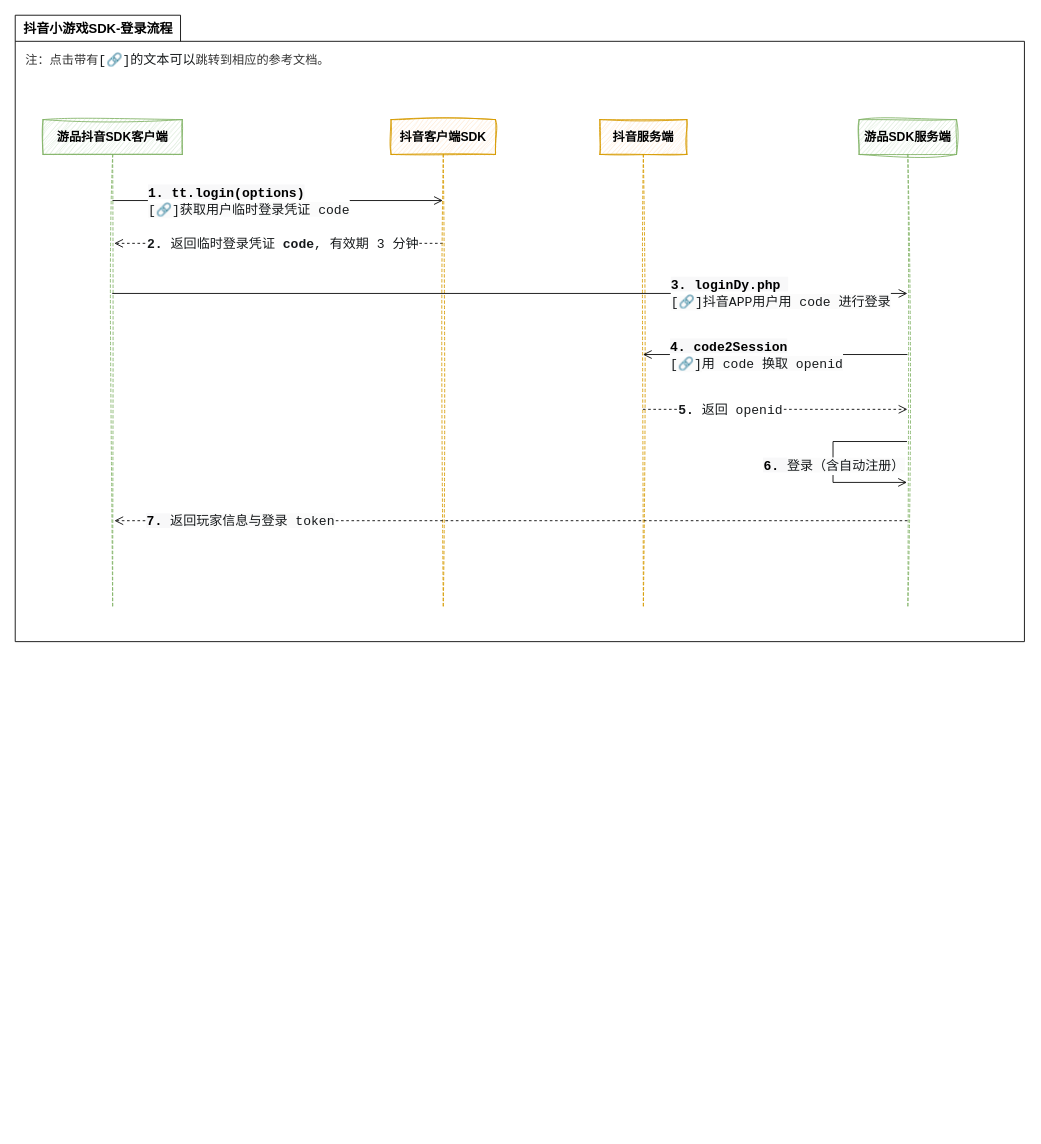
The draw.io diagram page "抖音小游戏SDK-登录流程" (3 of 6) of qifeng/SDK/SDK.drawio in SparkLee/draw-io, before the edit. Source tidied: cells renumbered, new cells numbered last; positions are measured from the earlier drawing's top-left corner, leaving out a move shared by most shapes. Both pictures are drawn from the tidied source at 87%, with x=0, y=0 at pixel (15, 15).
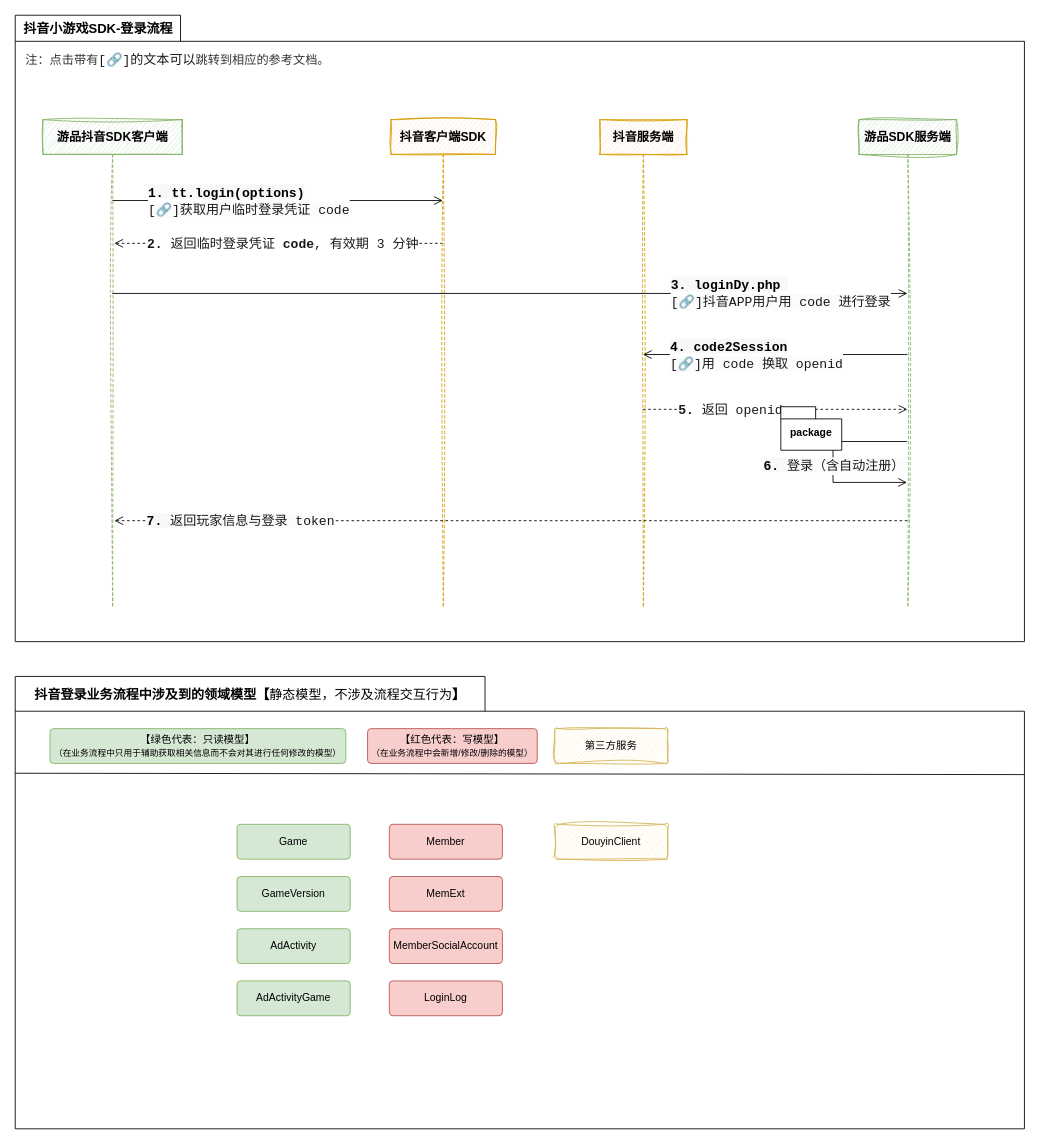
The same diagram, later.

What changed in the source:
```diff
@@
+    <mxCell id="22" value="package" style="shape=folder;fontStyle=1;spacingTop=10;tabWidth=40;tabHeight=14;tabPosition=left;html=1;whiteSpace=wrap;" parent="1" vertex="1">
+      <mxGeometry x="880" y="450" width="70" height="50" as="geometry" />
+    </mxCell>
+    <mxCell id="23" value="抖音登录业务流程中涉及到的领域模型【&lt;span style=&quot;font-weight: normal;&quot;&gt;静态模型，不涉及流程交互行为&lt;/span&gt;】" style="shape=folder;fontStyle=1;tabWidth=540;tabHeight=40;tabPosition=left;html=1;boundedLbl=1;labelInHeader=1;whiteSpace=wrap;fontSize=15;" parent="1" vertex="1">
+      <mxGeometry y="760" width="1160" height="520" as="geometry" />
+    </mxCell>
+    <mxCell id="24" value="Game" style="rounded=1;arcSize=10;whiteSpace=wrap;html=1;align=center;fillColor=#d5e8d4;strokeColor=#82b366;" parent="1" vertex="1">
+      <mxGeometry x="255" y="930" width="130" height="40" as="geometry" />
+    </mxCell>
+    <mxCell id="25" value="GameVersion" style="rounded=1;arcSize=10;whiteSpace=wrap;html=1;align=center;fillColor=#d5e8d4;strokeColor=#82b366;" parent="1" vertex="1">
+      <mxGeometry x="255" y="990" width="130" height="40" as="geometry" />
+    </mxCell>
+    <mxCell id="26" value="【绿色代表：只读模型】&lt;br&gt;&lt;font style=&quot;font-size: 10px;&quot;&gt;（在业务流程中只用于辅助获取相关信息而不会对其进行任何修改的模型）&lt;/font&gt;" style="rounded=1;arcSize=10;whiteSpace=wrap;html=1;align=center;fillColor=#d5e8d4;strokeColor=#82b366;" parent="1" vertex="1">
+      <mxGeometry x="40" y="820" width="340" height="40" as="geometry" />
+    </mxCell>
+    <mxCell id="27" value="【红色代表：写模型】&lt;br&gt;&lt;font style=&quot;font-size: 10px;&quot;&gt;（在业务流程中会新增/修改/删除的模型）&lt;/font&gt;" style="rounded=1;arcSize=10;whiteSpace=wrap;html=1;align=center;fillColor=#f8cecc;strokeColor=#b85450;" parent="1" vertex="1">
+      <mxGeometry x="405" y="820" width="195" height="40" as="geometry" />
+    </mxCell>
+    <mxCell id="28" value="AdActivity" style="rounded=1;arcSize=10;whiteSpace=wrap;html=1;align=center;fillColor=#d5e8d4;strokeColor=#82b366;" parent="1" vertex="1">
+      <mxGeometry x="255" y="1050" width="130" height="40" as="geometry" />
+    </mxCell>
+    <mxCell id="29" value="AdActivityGame" style="rounded=1;arcSize=10;whiteSpace=wrap;html=1;align=center;fillColor=#d5e8d4;strokeColor=#82b366;" parent="1" vertex="1">
+      <mxGeometry x="255" y="1110" width="130" height="40" as="geometry" />
+    </mxCell>
+    <mxCell id="30" value="Member" style="rounded=1;arcSize=10;whiteSpace=wrap;html=1;align=center;fillColor=#f8cecc;strokeColor=#b85450;" parent="1" vertex="1">
+      <mxGeometry x="430" y="930" width="130" height="40" as="geometry" />
+    </mxCell>
+    <mxCell id="31" value="MemExt" style="rounded=1;arcSize=10;whiteSpace=wrap;html=1;align=center;fillColor=#f8cecc;strokeColor=#b85450;" parent="1" vertex="1">
+      <mxGeometry x="430" y="990" width="130" height="40" as="geometry" />
+    </mxCell>
+    <mxCell id="32" value="MemberSocialAccount" style="rounded=1;arcSize=10;whiteSpace=wrap;html=1;align=center;fillColor=#f8cecc;strokeColor=#b85450;" parent="1" vertex="1">
+      <mxGeometry x="430" y="1050" width="130" height="40" as="geometry" />
+    </mxCell>
+    <mxCell id="33" value="LoginLog" style="rounded=1;arcSize=10;whiteSpace=wrap;html=1;align=center;fillColor=#f8cecc;strokeColor=#b85450;" parent="1" vertex="1">
+      <mxGeometry x="430" y="1110" width="130" height="40" as="geometry" />
+    </mxCell>
+    <mxCell id="34" value="DouyinClient" style="rounded=1;arcSize=10;whiteSpace=wrap;html=1;align=center;fillColor=#fff2cc;strokeColor=#d6b656;sketch=1;curveFitting=1;jiggle=2;" parent="1" vertex="1">
+      <mxGeometry x="620" y="930" width="130" height="40" as="geometry" />
+    </mxCell>
+    <mxCell id="35" value="第三方服务" style="rounded=1;arcSize=10;whiteSpace=wrap;html=1;align=center;fillColor=#fff2cc;strokeColor=#d6b656;sketch=1;curveFitting=1;jiggle=2;" parent="1" vertex="1">
+      <mxGeometry x="620" y="820" width="130" height="40" as="geometry" />
+    </mxCell>
+    <mxCell id="36" style="endArrow=none;html=1;rounded=0;exitX=0;exitY=0.214;exitDx=0;exitDy=0;exitPerimeter=0;entryX=1;entryY=0.217;entryDx=0;entryDy=0;entryPerimeter=0;" parent="1" edge="1" source="23" target="23">
+      <mxGeometry relative="1" as="geometry" />
+    </mxCell>
```
